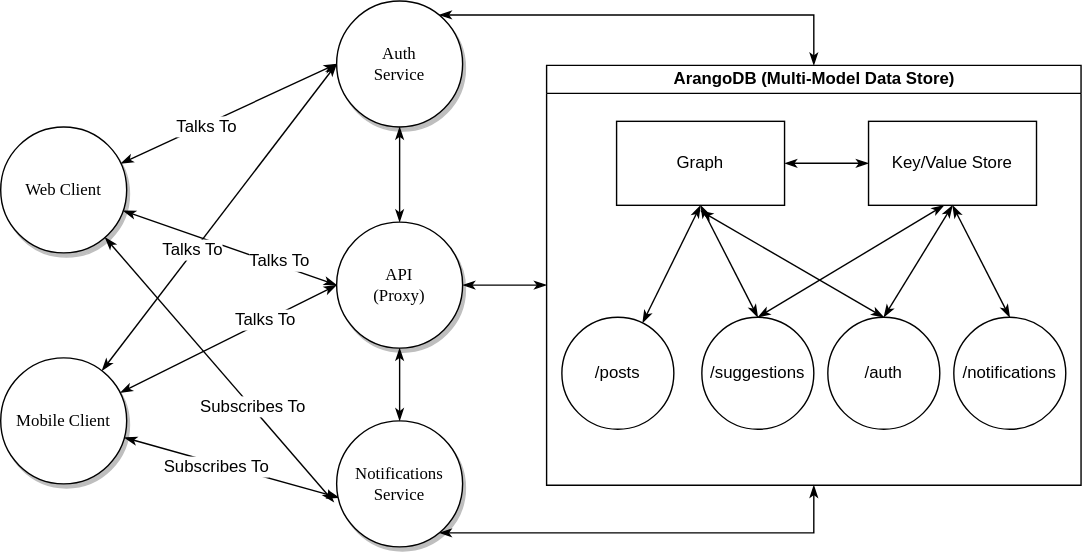
Earlier version of the draw.io export foxx.svg (rasjonell-zz/presentations). Source tidied: cells renumbered, new cells last; positions are measured from the earlier drawing's top-left corner, leaving out a move shared by most shapes.
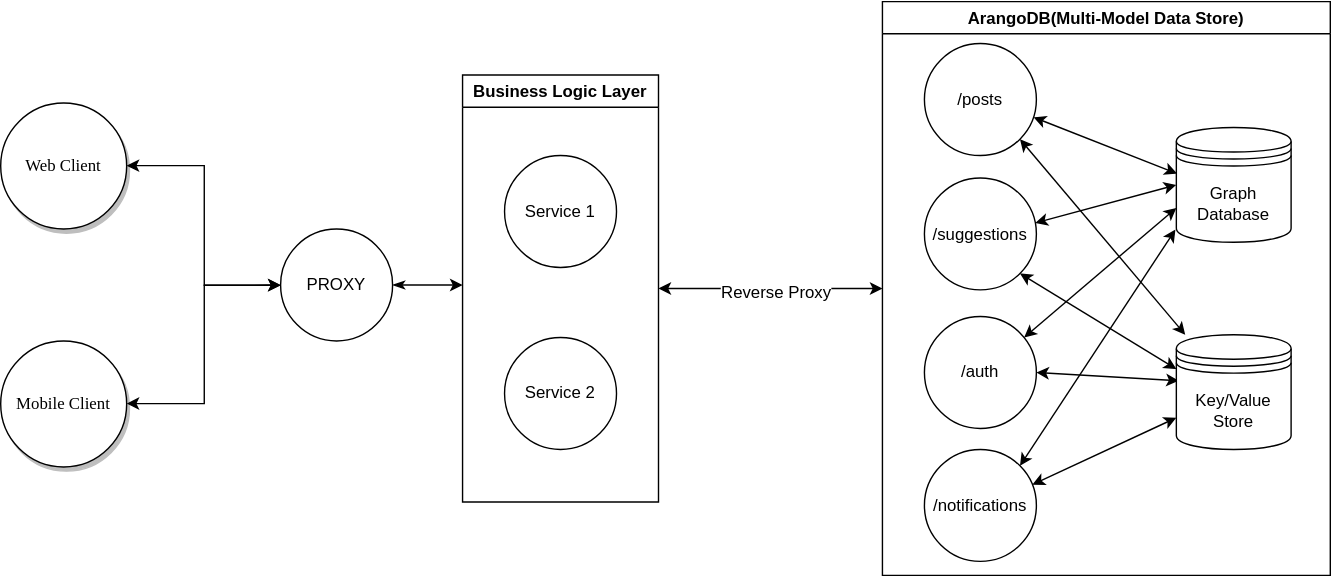
The same file after the commit.

Commit message:
Update Foxx presentation

The edit, as a diff of the source:
```diff
@@ -2,125 +2,87 @@
   <root>
     <mxCell id="0" />
     <mxCell id="1" parent="0" />
-    <mxCell id="2" style="rounded=0;jettySize=auto;html=1;entryX=0;entryY=0.5;entryDx=0;entryDy=0;startArrow=classicThin;startFill=1;endArrow=classicThin;endFill=1;" parent="1" edge="1" source="8" target="17">
+    <mxCell id="2" style="edgeStyle=orthogonalEdgeStyle;rounded=0;jettySize=auto;html=1;startArrow=classic;startFill=1;" parent="1" edge="1" source="3" target="7">
       <mxGeometry relative="1" as="geometry" />
     </mxCell>
-    <mxCell id="3" value="Talks To" style="text;html=1;align=center;verticalAlign=middle;points=[];labelBackgroundColor=#ffffff;" parent="2" vertex="1">
-      <mxGeometry x="-0.22" y="-1" relative="1" as="geometry" />
+    <mxCell id="3" value="Web Client" style="ellipse;whiteSpace=wrap;html=1;rounded=0;shadow=1;comic=0;labelBackgroundColor=none;strokeWidth=1;fontFamily=Verdana;fontSize=12;align=center;" parent="1" vertex="1">
+      <mxGeometry x="-130" y="60" width="90" height="90" as="geometry" />
     </mxCell>
-    <mxCell id="4" style="rounded=0;jettySize=auto;html=1;entryX=-0.022;entryY=0.644;entryDx=0;entryDy=0;entryPerimeter=0;startArrow=classicThin;startFill=1;endArrow=classicThin;endFill=1;" parent="1" edge="1" source="8" target="19">
+    <mxCell id="4" style="edgeStyle=orthogonalEdgeStyle;rounded=0;jettySize=auto;html=1;entryX=0;entryY=0.5;entryDx=0;entryDy=0;startArrow=classic;startFill=1;" parent="1" edge="1" source="5" target="7">
       <mxGeometry relative="1" as="geometry" />
     </mxCell>
-    <mxCell id="5" value="&lt;div&gt;Subscribes To&lt;/div&gt;" style="text;html=1;align=center;verticalAlign=middle;points=[];labelBackgroundColor=#ffffff;" parent="4" vertex="1">
-      <mxGeometry x="0.28" y="1" relative="1" as="geometry" />
+    <mxCell id="5" value="Mobile Client" style="ellipse;whiteSpace=wrap;html=1;rounded=0;shadow=1;comic=0;labelBackgroundColor=none;strokeWidth=1;fontFamily=Verdana;fontSize=12;align=center;" parent="1" vertex="1">
+      <mxGeometry x="-130" y="230" width="90" height="90" as="geometry" />
     </mxCell>
-    <mxCell id="6" style="edgeStyle=none;rounded=0;jettySize=auto;html=1;entryX=0;entryY=0.5;entryDx=0;entryDy=0;startArrow=classicThin;startFill=1;endArrow=classicThin;endFill=1;" parent="1" edge="1" source="8" target="23">
-      <mxGeometry relative="1" as="geometry" />
+    <mxCell id="6" style="edgeStyle=orthogonalEdgeStyle;rounded=0;jettySize=auto;html=1;startArrow=classicThin;startFill=1;" parent="1" edge="1" source="7">
+      <mxGeometry relative="1" as="geometry">
+        <mxPoint x="200" y="190" as="targetPoint" />
+      </mxGeometry>
     </mxCell>
-    <mxCell id="7" value="Talks To" style="text;html=1;align=center;verticalAlign=middle;points=[];labelBackgroundColor=#ffffff;" parent="6" vertex="1">
-      <mxGeometry x="0.43" y="3" relative="1" as="geometry" />
+    <mxCell id="7" value="&lt;div&gt;PROXY&lt;/div&gt;" style="ellipse;whiteSpace=wrap;html=1;" parent="1" vertex="1">
+      <mxGeometry x="70" y="150" width="80" height="80" as="geometry" />
     </mxCell>
-    <mxCell id="8" value="Web Client" style="ellipse;whiteSpace=wrap;html=1;rounded=0;shadow=1;comic=0;labelBackgroundColor=none;strokeWidth=1;fontFamily=Verdana;fontSize=12;align=center;" parent="1" vertex="1">
-      <mxGeometry y="90" width="90" height="90" as="geometry" />
+    <mxCell id="8" style="edgeStyle=none;rounded=0;jettySize=auto;html=1;startArrow=classic;startFill=1;" parent="1" edge="1" source="10" target="13">
+      <mxGeometry relative="1" as="geometry" />
     </mxCell>
-    <mxCell id="9" style="edgeStyle=none;rounded=0;jettySize=auto;html=1;entryX=0;entryY=0.5;entryDx=0;entryDy=0;startArrow=classicThin;startFill=1;endArrow=classicThin;endFill=1;" parent="1" edge="1" source="15" target="17">
-      <mxGeometry relative="1" as="geometry" />
+    <mxCell id="9" value="Reverse Proxy" style="text;html=1;align=center;verticalAlign=middle;labelBackgroundColor=#ffffff;" parent="8" vertex="1">
+      <mxGeometry x="-0.19" y="1" relative="1" as="geometry">
+        <mxPoint x="16" y="0.2" as="offset" />
+      </mxGeometry>
     </mxCell>
-    <mxCell id="10" value="Talks To" style="text;html=1;align=center;verticalAlign=middle;points=[];labelBackgroundColor=#ffffff;" parent="9" vertex="1">
-      <mxGeometry x="-0.22" y="2" relative="1" as="geometry" />
+    <mxCell id="10" value="Business Logic Layer" style="swimlane;" parent="1" vertex="1">
+      <mxGeometry x="200" y="40" width="140" height="305" as="geometry" />
     </mxCell>
-    <mxCell id="11" style="edgeStyle=none;rounded=0;jettySize=auto;html=1;entryX=0.022;entryY=0.611;entryDx=0;entryDy=0;entryPerimeter=0;startArrow=classicThin;startFill=1;endArrow=classicThin;endFill=1;" parent="1" edge="1" source="15" target="19">
-      <mxGeometry relative="1" as="geometry" />
+    <mxCell id="11" value="Service 1" style="ellipse;whiteSpace=wrap;html=1;" parent="10" vertex="1">
+      <mxGeometry x="30" y="57.5" width="80" height="80" as="geometry" />
     </mxCell>
-    <mxCell id="12" value="Subscribes To" style="text;html=1;align=center;verticalAlign=middle;labelBackgroundColor=#ffffff;" parent="11" vertex="1">
-      <mxGeometry x="-0.15" y="-2" relative="1" as="geometry" />
+    <mxCell id="12" value="Service 2" style="ellipse;whiteSpace=wrap;html=1;" parent="10" vertex="1">
+      <mxGeometry x="30" y="187.5" width="80" height="80" as="geometry" />
     </mxCell>
-    <mxCell id="13" style="edgeStyle=none;rounded=0;jettySize=auto;html=1;entryX=0;entryY=0.5;entryDx=0;entryDy=0;startArrow=classicThin;startFill=1;endArrow=classicThin;endFill=1;" parent="1" edge="1" source="15" target="23">
-      <mxGeometry relative="1" as="geometry" />
+    <mxCell id="13" value="ArangoDB(Multi-Model Data Store)" style="swimlane;" parent="1" vertex="1">
+      <mxGeometry x="500" y="-12.5" width="320" height="410" as="geometry" />
     </mxCell>
-    <mxCell id="14" value="&lt;div&gt;Talks To&lt;/div&gt;" style="text;html=1;align=center;verticalAlign=middle;labelBackgroundColor=#ffffff;" parent="13" vertex="1">
-      <mxGeometry x="0.34" y="1" relative="1" as="geometry" />
+    <mxCell id="14" style="edgeStyle=none;rounded=0;jettySize=auto;html=1;entryX=0;entryY=0.5;entryDx=0;entryDy=0;startArrow=classic;startFill=1;" parent="13" edge="1" source="16" target="26">
+      <mxGeometry relative="1" as="geometry" />
     </mxCell>
-    <mxCell id="15" value="Mobile Client" style="ellipse;whiteSpace=wrap;html=1;rounded=0;shadow=1;comic=0;labelBackgroundColor=none;strokeWidth=1;fontFamily=Verdana;fontSize=12;align=center;" parent="1" vertex="1">
-      <mxGeometry y="255" width="90" height="90" as="geometry" />
+    <mxCell id="15" style="edgeStyle=none;rounded=0;jettySize=auto;html=1;exitX=1;exitY=1;exitDx=0;exitDy=0;entryX=0;entryY=0.3;entryDx=0;entryDy=0;startArrow=classic;startFill=1;" parent="13" edge="1" source="16" target="27">
+      <mxGeometry relative="1" as="geometry" />
     </mxCell>
-    <mxCell id="16" style="edgeStyle=orthogonalEdgeStyle;rounded=0;jettySize=auto;html=1;startArrow=classicThin;startFill=1;endArrow=classicThin;endFill=1;entryX=0.5;entryY=0;entryDx=0;entryDy=0;" parent="1" edge="1" source="17" target="24">
-      <mxGeometry relative="1" as="geometry">
-        <Array as="points">
-          <mxPoint x="581" y="10" />
-        </Array>
-      </mxGeometry>
+    <mxCell id="16" value="/suggestions" style="ellipse;whiteSpace=wrap;html=1;" parent="13" vertex="1">
+      <mxGeometry x="30" y="126" width="80" height="80" as="geometry" />
     </mxCell>
-    <mxCell id="17" value="&lt;div&gt;Auth&lt;/div&gt;&lt;div&gt;Service&lt;br&gt;&lt;/div&gt;" style="ellipse;whiteSpace=wrap;html=1;rounded=0;shadow=1;comic=0;labelBackgroundColor=none;strokeWidth=1;fontFamily=Verdana;fontSize=12;align=center;" parent="1" vertex="1">
-      <mxGeometry x="240" width="90" height="90" as="geometry" />
+    <mxCell id="17" style="edgeStyle=none;rounded=0;jettySize=auto;html=1;entryX=0.006;entryY=0.401;entryDx=0;entryDy=0;entryPerimeter=0;startArrow=classic;startFill=1;" parent="13" edge="1" source="19" target="26">
+      <mxGeometry relative="1" as="geometry" />
     </mxCell>
-    <mxCell id="18" style="edgeStyle=orthogonalEdgeStyle;rounded=0;jettySize=auto;html=1;entryX=0.5;entryY=1;entryDx=0;entryDy=0;startArrow=classicThin;startFill=1;endArrow=classicThin;endFill=1;" parent="1" edge="1" source="19" target="24">
-      <mxGeometry relative="1" as="geometry">
-        <Array as="points">
-          <mxPoint x="581" y="380" />
-        </Array>
-      </mxGeometry>
+    <mxCell id="18" style="edgeStyle=none;rounded=0;jettySize=auto;html=1;exitX=1;exitY=1;exitDx=0;exitDy=0;startArrow=classic;startFill=1;" parent="13" edge="1" source="19" target="27">
+      <mxGeometry relative="1" as="geometry" />
     </mxCell>
-    <mxCell id="19" value="&lt;div&gt;Notifications&lt;/div&gt;&lt;div&gt;Service&lt;br&gt;&lt;/div&gt;" style="ellipse;whiteSpace=wrap;html=1;rounded=0;shadow=1;comic=0;labelBackgroundColor=none;strokeWidth=1;fontFamily=Verdana;fontSize=12;align=center;" parent="1" vertex="1">
-      <mxGeometry x="240" y="300" width="90" height="90" as="geometry" />
+    <mxCell id="19" value="/posts" style="ellipse;whiteSpace=wrap;html=1;" parent="13" vertex="1">
+      <mxGeometry x="30" y="30" width="80" height="80" as="geometry" />
     </mxCell>
-    <mxCell id="20" style="edgeStyle=orthogonalEdgeStyle;rounded=0;jettySize=auto;html=1;entryX=0.5;entryY=0;entryDx=0;entryDy=0;startArrow=classicThin;startFill=1;endArrow=classicThin;endFill=1;" parent="1" edge="1" source="23" target="19">
+    <mxCell id="20" style="edgeStyle=none;rounded=0;jettySize=auto;html=1;entryX=0.021;entryY=0.401;entryDx=0;entryDy=0;entryPerimeter=0;startArrow=classic;startFill=1;" parent="13" edge="1" source="22" target="27">
       <mxGeometry relative="1" as="geometry" />
     </mxCell>
-    <mxCell id="21" style="edgeStyle=orthogonalEdgeStyle;rounded=0;jettySize=auto;html=1;entryX=0.5;entryY=1;entryDx=0;entryDy=0;startArrow=classicThin;startFill=1;endArrow=classicThin;endFill=1;" parent="1" edge="1" source="23" target="17">
+    <mxCell id="21" style="edgeStyle=none;rounded=0;jettySize=auto;html=1;entryX=0;entryY=0.7;entryDx=0;entryDy=0;startArrow=classic;startFill=1;" parent="13" edge="1" source="22" target="26">
       <mxGeometry relative="1" as="geometry" />
     </mxCell>
-    <mxCell id="22" style="edgeStyle=orthogonalEdgeStyle;rounded=0;jettySize=auto;html=1;startArrow=classicThin;startFill=1;endArrow=classicThin;endFill=1;" parent="1" edge="1" source="23">
-      <mxGeometry relative="1" as="geometry">
-        <mxPoint x="390" y="203" as="targetPoint" />
-      </mxGeometry>
+    <mxCell id="22" value="/auth" style="ellipse;whiteSpace=wrap;html=1;" parent="13" vertex="1">
+      <mxGeometry x="30" y="225" width="80" height="80" as="geometry" />
     </mxCell>
-    <mxCell id="23" value="&lt;div&gt;API&lt;/div&gt;&lt;div&gt;(Proxy)&lt;br&gt;&lt;/div&gt;" style="ellipse;whiteSpace=wrap;html=1;rounded=0;shadow=1;comic=0;labelBackgroundColor=none;strokeWidth=1;fontFamily=Verdana;fontSize=12;align=center;" parent="1" vertex="1">
-      <mxGeometry x="240" y="158" width="90" height="90" as="geometry" />
+    <mxCell id="23" style="edgeStyle=none;rounded=0;jettySize=auto;html=1;startArrow=classic;startFill=1;" parent="13" edge="1" source="25" target="27">
+      <mxGeometry relative="1" as="geometry" />
     </mxCell>
-    <mxCell id="24" value="ArangoDB (Multi-Model Data Store)" style="swimlane;html=1;startSize=20;horizontal=1;containerType=tree;swimlaneLine=1;" parent="1" vertex="1">
-      <mxGeometry x="390" y="46" width="381.8" height="300" as="geometry" />
+    <mxCell id="24" style="edgeStyle=none;rounded=0;jettySize=auto;html=1;exitX=1;exitY=0;exitDx=0;exitDy=0;entryX=-0.008;entryY=0.889;entryDx=0;entryDy=0;entryPerimeter=0;startArrow=classic;startFill=1;" parent="13" edge="1" source="25" target="26">
+      <mxGeometry relative="1" as="geometry" />
     </mxCell>
-    <mxCell id="25" value="Graph" style="whiteSpace=wrap;html=1;align=center;" parent="24" vertex="1">
-      <mxGeometry x="50" y="40" width="120" height="60" as="geometry" />
+    <mxCell id="25" value="/notifications" style="ellipse;whiteSpace=wrap;html=1;" parent="13" vertex="1">
+      <mxGeometry x="30" y="320" width="80" height="80" as="geometry" />
     </mxCell>
-    <mxCell id="26" style="rounded=0;jettySize=auto;html=1;entryX=0.5;entryY=1;entryDx=0;entryDy=0;startArrow=classicThin;startFill=1;endArrow=classicThin;endFill=1;" parent="24" edge="1" source="27" target="25">
-      <mxGeometry relative="1" as="geometry" />
+    <mxCell id="26" value="&lt;div&gt;Graph&lt;/div&gt;&lt;div&gt;Database&lt;br&gt;&lt;/div&gt;" style="shape=datastore;whiteSpace=wrap;html=1;" parent="13" vertex="1">
+      <mxGeometry x="210" y="90" width="82" height="82" as="geometry" />
     </mxCell>
-    <mxCell id="27" value="/posts" style="ellipse;whiteSpace=wrap;html=1;" parent="24" vertex="1">
-      <mxGeometry x="10.9" y="180" width="80" height="80" as="geometry" />
+    <mxCell id="27" value="&lt;div&gt;Key/Value&lt;/div&gt;&lt;div&gt;Store&lt;br&gt;&lt;/div&gt;" style="shape=datastore;whiteSpace=wrap;html=1;" parent="13" vertex="1">
+      <mxGeometry x="210" y="238" width="82" height="82" as="geometry" />
     </mxCell>
-    <mxCell id="28" style="edgeStyle=none;rounded=0;jettySize=auto;html=1;startArrow=classicThin;startFill=1;endArrow=classicThin;endFill=1;" parent="24" edge="1" source="29" target="25">
-      <mxGeometry relative="1" as="geometry" />
-    </mxCell>
-    <mxCell id="29" value="Key/Value Store" style="whiteSpace=wrap;html=1;align=center;" parent="24" vertex="1">
-      <mxGeometry x="230" y="40" width="120" height="60" as="geometry" />
-    </mxCell>
-    <mxCell id="30" style="edgeStyle=none;rounded=0;jettySize=auto;html=1;entryX=0.5;entryY=1;entryDx=0;entryDy=0;startArrow=classicThin;startFill=1;endArrow=classicThin;endFill=1;exitX=0.5;exitY=0;exitDx=0;exitDy=0;" parent="24" edge="1" source="32" target="25">
-      <mxGeometry relative="1" as="geometry" />
-    </mxCell>
-    <mxCell id="31" style="rounded=0;jettySize=auto;html=1;entryX=0.45;entryY=1;entryDx=0;entryDy=0;entryPerimeter=0;startArrow=classicThin;startFill=1;endArrow=classicThin;endFill=1;exitX=0.5;exitY=0;exitDx=0;exitDy=0;" parent="24" edge="1" source="32" target="29">
-      <mxGeometry relative="1" as="geometry" />
-    </mxCell>
-    <mxCell id="32" value="/suggestions" style="ellipse;whiteSpace=wrap;html=1;" parent="24" vertex="1">
-      <mxGeometry x="110.9" y="180" width="80" height="80" as="geometry" />
-    </mxCell>
-    <mxCell id="33" style="edgeStyle=none;rounded=0;jettySize=auto;html=1;entryX=0.5;entryY=1;entryDx=0;entryDy=0;startArrow=classicThin;startFill=1;endArrow=classicThin;endFill=1;exitX=0.5;exitY=0;exitDx=0;exitDy=0;" parent="24" edge="1" source="34" target="29">
-      <mxGeometry relative="1" as="geometry" />
-    </mxCell>
-    <mxCell id="34" value="/auth" style="ellipse;whiteSpace=wrap;html=1;" parent="24" vertex="1">
-      <mxGeometry x="200.9" y="180" width="80" height="80" as="geometry" />
-    </mxCell>
-    <mxCell id="35" style="edgeStyle=none;rounded=0;jettySize=auto;html=1;exitX=0.5;exitY=0;exitDx=0;exitDy=0;entryX=0.5;entryY=1;entryDx=0;entryDy=0;startArrow=classicThin;startFill=1;endArrow=classicThin;endFill=1;" parent="24" edge="1" source="36" target="29">
-      <mxGeometry relative="1" as="geometry" />
-    </mxCell>
-    <mxCell id="36" value="/notifications" style="ellipse;whiteSpace=wrap;html=1;" parent="24" vertex="1">
-      <mxGeometry x="290.9" y="180" width="80" height="80" as="geometry" />
-    </mxCell>
-    <mxCell id="37" style="edgeStyle=none;rounded=0;jettySize=auto;html=1;exitX=0.5;exitY=0;exitDx=0;exitDy=0;startArrow=classicThin;startFill=1;endArrow=classicThin;endFill=1;" parent="1" edge="1" source="34">
-      <mxGeometry relative="1" as="geometry">
-        <mxPoint x="500" y="150" as="targetPoint" />
-      </mxGeometry>
-    </mxCell>
   </root>
 </mxGraphModel>
```
